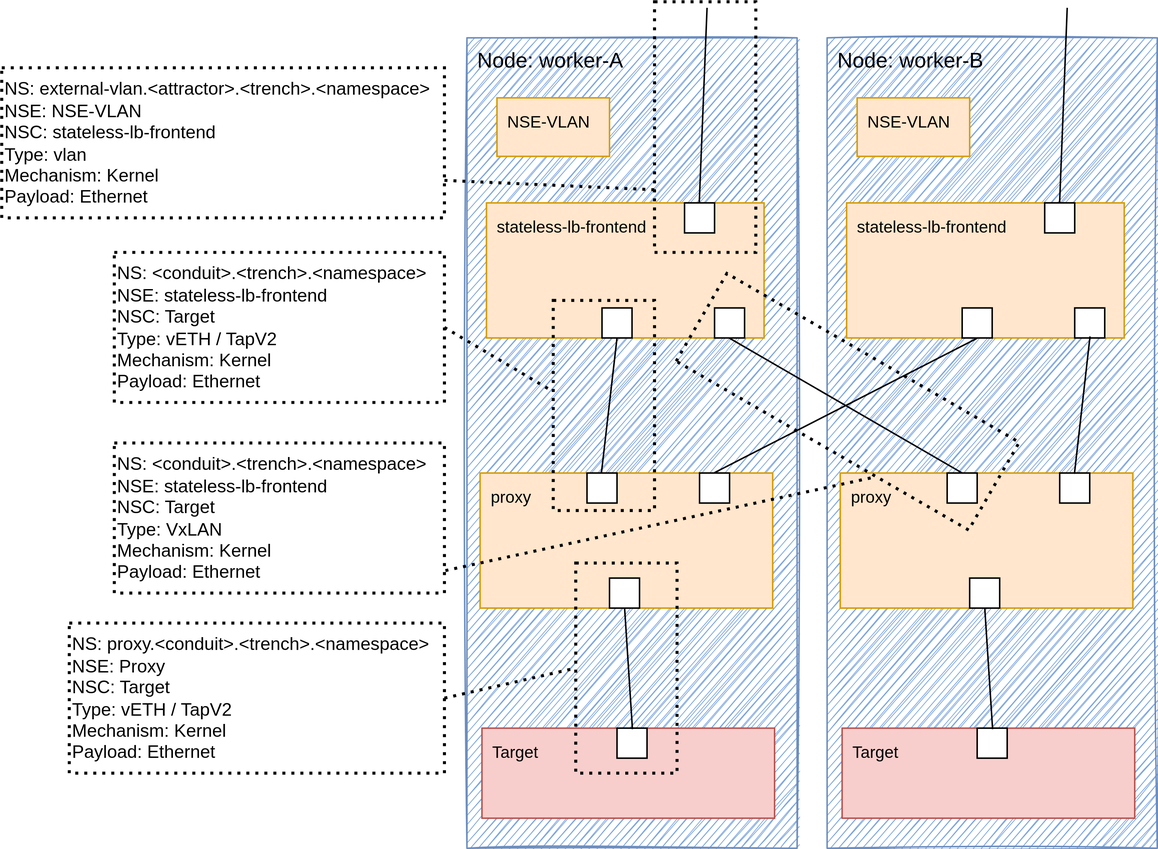
Earlier version of the draw.io export docs/resources/NSM-Perspective.svg (Nordix/Meridio). Source tidied: cells renumbered, new cells last; positions are measured from the earlier drawing's top-left corner, leaving out a move shared by most shapes. The source it was exported from:
```xml
<mxGraphModel>
  <root>
    <mxCell id="0" />
    <mxCell id="1" parent="0" />
    <mxCell id="2" value="Node: worker-A" style="rounded=0;whiteSpace=wrap;html=1;labelBackgroundColor=none;fontSize=14;align=left;strokeColor=#6c8ebf;verticalAlign=top;spacingLeft=5;sketch=1;fillStyle=hachure;fillColor=#7EA6E0;" parent="1" vertex="1">
      <mxGeometry x="310" y="24" width="220" height="540" as="geometry" />
    </mxCell>
    <mxCell id="3" value="&lt;span style=&quot;font-size: 11px;&quot;&gt;Target&lt;/span&gt;" style="rounded=0;whiteSpace=wrap;html=1;labelBackgroundColor=none;fontSize=14;align=left;fillColor=#f8cecc;strokeColor=#b85450;verticalAlign=top;spacingLeft=5;" parent="1" vertex="1">
      <mxGeometry x="320" y="484" width="195" height="60" as="geometry" />
    </mxCell>
    <mxCell id="4" value="&lt;font style=&quot;font-size: 11px&quot;&gt;NSE-VLAN&lt;br&gt;&lt;/font&gt;" style="rounded=0;whiteSpace=wrap;html=1;labelBackgroundColor=none;fontSize=14;align=left;fillColor=#ffe6cc;strokeColor=#d79b00;verticalAlign=top;spacingLeft=5;" parent="1" vertex="1">
      <mxGeometry x="330" y="64" width="75" height="39" as="geometry" />
    </mxCell>
    <mxCell id="5" value="&lt;font style=&quot;font-size: 11px&quot;&gt;stateless-lb-frontend&lt;br&gt;&lt;/font&gt;" style="rounded=0;whiteSpace=wrap;html=1;labelBackgroundColor=none;fontSize=14;align=left;fillColor=#ffe6cc;strokeColor=#d79b00;verticalAlign=top;spacingLeft=5;" parent="1" vertex="1">
      <mxGeometry x="323" y="134" width="185" height="90" as="geometry" />
    </mxCell>
    <mxCell id="6" value="&lt;font style=&quot;font-size: 11px&quot;&gt;proxy&lt;br&gt;&lt;/font&gt;" style="rounded=0;whiteSpace=wrap;html=1;labelBackgroundColor=none;fontSize=14;align=left;fillColor=#ffe6cc;strokeColor=#d79b00;verticalAlign=top;spacingLeft=5;" parent="1" vertex="1">
      <mxGeometry x="318.8" y="314" width="195" height="90" as="geometry" />
    </mxCell>
    <mxCell id="7" style="strokeColor=inherit;fillColor=inherit;gradientColor=inherit;shape=rect;points=[[0,0.5,0]];html=1;align=center;verticalAlign=top;labelPosition=center;verticalLabelPosition=bottom;labelBackgroundColor=none;fontSize=10;paart=1;spacingTop=-5;" parent="1" vertex="1">
      <mxGeometry x="455" y="134" width="20" height="20" as="geometry" />
    </mxCell>
    <mxCell id="8" style="strokeColor=inherit;fillColor=inherit;gradientColor=inherit;shape=rect;points=[[0,0.5,0]];html=1;align=center;verticalAlign=top;labelPosition=center;verticalLabelPosition=bottom;labelBackgroundColor=none;fontSize=10;paart=1;spacingTop=-5;" parent="1" vertex="1">
      <mxGeometry x="400" y="204" width="20" height="20" as="geometry" />
    </mxCell>
    <mxCell id="9" style="strokeColor=inherit;fillColor=inherit;gradientColor=inherit;shape=rect;points=[[0,0.5,0]];html=1;align=center;verticalAlign=top;labelPosition=center;verticalLabelPosition=bottom;labelBackgroundColor=none;fontSize=10;paart=1;spacingTop=-5;" parent="1" vertex="1">
      <mxGeometry x="390" y="314" width="20" height="20" as="geometry" />
    </mxCell>
    <mxCell id="10" style="strokeColor=inherit;fillColor=inherit;gradientColor=inherit;shape=rect;points=[[0,0.5,0]];html=1;align=center;verticalAlign=top;labelPosition=center;verticalLabelPosition=bottom;labelBackgroundColor=none;fontSize=10;paart=1;spacingTop=-5;" parent="1" vertex="1">
      <mxGeometry x="405" y="384" width="20" height="20" as="geometry" />
    </mxCell>
    <mxCell id="11" style="strokeColor=inherit;fillColor=inherit;gradientColor=inherit;shape=rect;points=[[0,0.5,0]];html=1;align=center;verticalAlign=top;labelPosition=center;verticalLabelPosition=bottom;labelBackgroundColor=none;fontSize=10;paart=1;spacingTop=-5;" parent="1" vertex="1">
      <mxGeometry x="465" y="314" width="20" height="20" as="geometry" />
    </mxCell>
    <mxCell id="12" style="strokeColor=inherit;fillColor=inherit;gradientColor=inherit;shape=rect;points=[[0,0.5,0]];html=1;align=center;verticalAlign=top;labelPosition=center;verticalLabelPosition=bottom;labelBackgroundColor=none;fontSize=10;paart=1;spacingTop=-5;" parent="1" vertex="1">
      <mxGeometry x="475" y="204" width="20" height="20" as="geometry" />
    </mxCell>
    <mxCell id="13" style="endArrow=none;html=1;rounded=0;entryX=0.5;entryY=1;entryDx=0;entryDy=0;entryPerimeter=0;exitX=0.479;exitY=0.007;exitDx=0;exitDy=0;exitPerimeter=0;" parent="1" edge="1" source="9" target="8">
      <mxGeometry relative="1" as="geometry" />
    </mxCell>
    <mxCell id="14" style="strokeColor=inherit;fillColor=inherit;gradientColor=inherit;shape=rect;points=[[0,0.5,0]];html=1;align=center;verticalAlign=top;labelPosition=center;verticalLabelPosition=bottom;labelBackgroundColor=none;fontSize=10;paart=1;spacingTop=-5;" parent="1" vertex="1">
      <mxGeometry x="410" y="484" width="20" height="20" as="geometry" />
    </mxCell>
    <mxCell id="15" value="NS: proxy.&amp;lt;conduit&amp;gt;.&amp;lt;trench&amp;gt;.&amp;lt;namespace&amp;gt;&lt;br style=&quot;border-color: var(--border-color);&quot;&gt;NSE: Proxy&lt;br&gt;NSC: Target&lt;br&gt;Type: vETH / TapV2&lt;br&gt;Mechanism: Kernel&lt;br&gt;Payload: Ethernet" style="rounded=0;whiteSpace=wrap;html=1;strokeWidth=2;dashed=1;dashPattern=1 2;align=left;" parent="1" vertex="1">
      <mxGeometry x="45" y="414" width="250" height="100" as="geometry" />
    </mxCell>
    <mxCell id="16" style="rounded=0;whiteSpace=wrap;html=1;strokeWidth=2;dashed=1;dashPattern=1 2;fillColor=none;" parent="1" vertex="1">
      <mxGeometry x="382.5" y="374" width="67.5" height="140" as="geometry" />
    </mxCell>
    <mxCell id="17" style="endArrow=none;html=1;rounded=0;entryX=0.502;entryY=0.986;entryDx=0;entryDy=0;entryPerimeter=0;exitX=0.514;exitY=0.033;exitDx=0;exitDy=0;exitPerimeter=0;" parent="1" edge="1" source="14" target="10">
      <mxGeometry relative="1" as="geometry" />
    </mxCell>
    <mxCell id="18" value="NS: &amp;lt;conduit&amp;gt;.&amp;lt;trench&amp;gt;.&amp;lt;namespace&amp;gt;&lt;br style=&quot;border-color: var(--border-color);&quot;&gt;NSE:&amp;nbsp;stateless-lb-frontend&lt;br&gt;NSC: Target&lt;br&gt;Type: vETH / TapV2&lt;br&gt;Mechanism: Kernel&lt;br&gt;Payload: Ethernet" style="rounded=0;whiteSpace=wrap;html=1;strokeWidth=2;dashed=1;dashPattern=1 2;align=left;" parent="1" vertex="1">
      <mxGeometry x="75" y="167" width="220" height="100" as="geometry" />
    </mxCell>
    <mxCell id="19" style="rounded=0;whiteSpace=wrap;html=1;strokeWidth=2;dashed=1;dashPattern=1 2;fillColor=none;" parent="1" vertex="1">
      <mxGeometry x="367.5" y="199" width="67.5" height="140" as="geometry" />
    </mxCell>
    <mxCell id="20" value="NS: &amp;lt;conduit&amp;gt;.&amp;lt;trench&amp;gt;.&amp;lt;namespace&amp;gt;&lt;br&gt;NSE:&amp;nbsp;stateless-lb-frontend&lt;br&gt;NSC: Target&lt;br&gt;Type: VxLAN&lt;br&gt;Mechanism: Kernel&lt;br&gt;Payload: Ethernet" style="rounded=0;whiteSpace=wrap;html=1;strokeWidth=2;dashed=1;dashPattern=1 2;align=left;" parent="1" vertex="1">
      <mxGeometry x="75" y="294" width="220" height="100" as="geometry" />
    </mxCell>
    <mxCell id="21" value="NS: external-vlan.&lt;span style=&quot;background-color: initial;&quot;&gt;&amp;lt;attractor&amp;gt;.&amp;lt;trench&amp;gt;.&amp;lt;namespace&amp;gt;&lt;/span&gt;&lt;br&gt;NSE: NSE-VLAN&lt;br&gt;NSC: stateless-lb-frontend&lt;br&gt;Type: vlan&lt;br&gt;Mechanism: Kernel&lt;br&gt;Payload: Ethernet" style="rounded=0;whiteSpace=wrap;html=1;strokeWidth=2;dashed=1;dashPattern=1 2;align=left;" parent="1" vertex="1">
      <mxGeometry y="44" width="295" height="100" as="geometry" />
    </mxCell>
    <mxCell id="22" style="rounded=0;whiteSpace=wrap;html=1;strokeWidth=2;dashed=1;dashPattern=1 2;fillColor=none;" parent="1" vertex="1">
      <mxGeometry x="435" width="67.5" height="167" as="geometry" />
    </mxCell>
    <mxCell id="23" style="endArrow=none;html=1;rounded=0;entryX=0.49;entryY=0.01;entryDx=0;entryDy=0;entryPerimeter=0;" parent="1" edge="1" target="7">
      <mxGeometry relative="1" as="geometry">
        <mxPoint x="470" y="4" as="sourcePoint" />
      </mxGeometry>
    </mxCell>
    <mxCell id="24" value="Node: worker-B" style="rounded=0;whiteSpace=wrap;html=1;labelBackgroundColor=none;fontSize=14;align=left;strokeColor=#6c8ebf;verticalAlign=top;spacingLeft=5;sketch=1;fillStyle=hachure;fillColor=#7EA6E0;" parent="1" vertex="1">
      <mxGeometry x="550" y="24" width="220" height="540" as="geometry" />
    </mxCell>
    <mxCell id="25" value="&lt;span style=&quot;font-size: 11px;&quot;&gt;Target&lt;/span&gt;" style="rounded=0;whiteSpace=wrap;html=1;labelBackgroundColor=none;fontSize=14;align=left;fillColor=#f8cecc;strokeColor=#b85450;verticalAlign=top;spacingLeft=5;" parent="1" vertex="1">
      <mxGeometry x="560" y="484" width="195" height="60" as="geometry" />
    </mxCell>
    <mxCell id="26" value="&lt;font style=&quot;font-size: 11px&quot;&gt;NSE-VLAN&lt;br&gt;&lt;/font&gt;" style="rounded=0;whiteSpace=wrap;html=1;labelBackgroundColor=none;fontSize=14;align=left;fillColor=#ffe6cc;strokeColor=#d79b00;verticalAlign=top;spacingLeft=5;" parent="1" vertex="1">
      <mxGeometry x="570" y="64" width="75" height="39" as="geometry" />
    </mxCell>
    <mxCell id="27" value="&lt;font style=&quot;font-size: 11px&quot;&gt;stateless-lb-frontend&lt;br&gt;&lt;/font&gt;" style="rounded=0;whiteSpace=wrap;html=1;labelBackgroundColor=none;fontSize=14;align=left;fillColor=#ffe6cc;strokeColor=#d79b00;verticalAlign=top;spacingLeft=5;" parent="1" vertex="1">
      <mxGeometry x="563" y="134" width="185" height="90" as="geometry" />
    </mxCell>
    <mxCell id="28" value="&lt;font style=&quot;font-size: 11px&quot;&gt;proxy&lt;br&gt;&lt;/font&gt;" style="rounded=0;whiteSpace=wrap;html=1;labelBackgroundColor=none;fontSize=14;align=left;fillColor=#ffe6cc;strokeColor=#d79b00;verticalAlign=top;spacingLeft=5;" parent="1" vertex="1">
      <mxGeometry x="558.8" y="314" width="195" height="90" as="geometry" />
    </mxCell>
    <mxCell id="29" style="strokeColor=inherit;fillColor=inherit;gradientColor=inherit;shape=rect;points=[[0,0.5,0]];html=1;align=center;verticalAlign=top;labelPosition=center;verticalLabelPosition=bottom;labelBackgroundColor=none;fontSize=10;paart=1;spacingTop=-5;" parent="1" vertex="1">
      <mxGeometry x="695" y="134" width="20" height="20" as="geometry" />
    </mxCell>
    <mxCell id="30" style="strokeColor=inherit;fillColor=inherit;gradientColor=inherit;shape=rect;points=[[0,0.5,0]];html=1;align=center;verticalAlign=top;labelPosition=center;verticalLabelPosition=bottom;labelBackgroundColor=none;fontSize=10;paart=1;spacingTop=-5;" parent="1" vertex="1">
      <mxGeometry x="640" y="204" width="20" height="20" as="geometry" />
    </mxCell>
    <mxCell id="31" style="strokeColor=inherit;fillColor=inherit;gradientColor=inherit;shape=rect;points=[[0,0.5,0]];html=1;align=center;verticalAlign=top;labelPosition=center;verticalLabelPosition=bottom;labelBackgroundColor=none;fontSize=10;paart=1;spacingTop=-5;" parent="1" vertex="1">
      <mxGeometry x="630" y="314" width="20" height="20" as="geometry" />
    </mxCell>
    <mxCell id="32" style="strokeColor=inherit;fillColor=inherit;gradientColor=inherit;shape=rect;points=[[0,0.5,0]];html=1;align=center;verticalAlign=top;labelPosition=center;verticalLabelPosition=bottom;labelBackgroundColor=none;fontSize=10;paart=1;spacingTop=-5;" parent="1" vertex="1">
      <mxGeometry x="645" y="384" width="20" height="20" as="geometry" />
    </mxCell>
    <mxCell id="33" style="strokeColor=inherit;fillColor=inherit;gradientColor=inherit;shape=rect;points=[[0,0.5,0]];html=1;align=center;verticalAlign=top;labelPosition=center;verticalLabelPosition=bottom;labelBackgroundColor=none;fontSize=10;paart=1;spacingTop=-5;" parent="1" vertex="1">
      <mxGeometry x="705" y="314" width="20" height="20" as="geometry" />
    </mxCell>
    <mxCell id="34" style="strokeColor=inherit;fillColor=inherit;gradientColor=inherit;shape=rect;points=[[0,0.5,0]];html=1;align=center;verticalAlign=top;labelPosition=center;verticalLabelPosition=bottom;labelBackgroundColor=none;fontSize=10;paart=1;spacingTop=-5;" parent="1" vertex="1">
      <mxGeometry x="715" y="204" width="20" height="20" as="geometry" />
    </mxCell>
    <mxCell id="35" style="endArrow=none;html=1;rounded=0;entryX=0.51;entryY=0.95;entryDx=0;entryDy=0;entryPerimeter=0;exitX=0.49;exitY=0.03;exitDx=0;exitDy=0;exitPerimeter=0;" parent="1" edge="1" source="33" target="34">
      <mxGeometry relative="1" as="geometry" />
    </mxCell>
    <mxCell id="36" style="strokeColor=inherit;fillColor=inherit;gradientColor=inherit;shape=rect;points=[[0,0.5,0]];html=1;align=center;verticalAlign=top;labelPosition=center;verticalLabelPosition=bottom;labelBackgroundColor=none;fontSize=10;paart=1;spacingTop=-5;" parent="1" vertex="1">
      <mxGeometry x="650" y="484" width="20" height="20" as="geometry" />
    </mxCell>
    <mxCell id="37" style="endArrow=none;html=1;rounded=0;entryX=0.502;entryY=0.986;entryDx=0;entryDy=0;entryPerimeter=0;exitX=0.514;exitY=0.033;exitDx=0;exitDy=0;exitPerimeter=0;" parent="1" edge="1" source="36" target="32">
      <mxGeometry relative="1" as="geometry" />
    </mxCell>
    <mxCell id="38" style="endArrow=none;html=1;rounded=0;exitX=0.497;exitY=-0.004;exitDx=0;exitDy=0;exitPerimeter=0;" parent="1" edge="1" source="29">
      <mxGeometry relative="1" as="geometry">
        <mxPoint x="710" y="4" as="targetPoint" />
      </mxGeometry>
    </mxCell>
    <mxCell id="39" style="rounded=0;whiteSpace=wrap;html=1;strokeWidth=2;dashed=1;dashPattern=1 2;fillColor=none;rotation=-60;" parent="1" vertex="1">
      <mxGeometry x="530" y="154" width="67.5" height="225" as="geometry" />
    </mxCell>
    <mxCell id="40" style="endArrow=none;html=1;rounded=0;entryX=0.502;entryY=1.01;entryDx=0;entryDy=0;entryPerimeter=0;exitX=0.511;exitY=0.006;exitDx=0;exitDy=0;exitPerimeter=0;" parent="1" edge="1" source="31" target="12">
      <mxGeometry relative="1" as="geometry" />
    </mxCell>
    <mxCell id="41" style="endArrow=none;html=1;rounded=0;exitX=0.502;exitY=-0.014;exitDx=0;exitDy=0;exitPerimeter=0;entryX=0.5;entryY=1.01;entryDx=0;entryDy=0;entryPerimeter=0;" parent="1" edge="1" source="11" target="30">
      <mxGeometry relative="1" as="geometry" />
    </mxCell>
    <mxCell id="42" style="endArrow=none;dashed=1;html=1;strokeWidth=2;rounded=0;exitX=1;exitY=0.5;exitDx=0;exitDy=0;dashPattern=1 2;entryX=-0.008;entryY=0.432;entryDx=0;entryDy=0;entryPerimeter=0;" parent="1" edge="1" source="18" target="19">
      <mxGeometry relative="1" as="geometry" />
    </mxCell>
    <mxCell id="43" style="endArrow=none;dashed=1;html=1;strokeWidth=2;rounded=0;exitX=1;exitY=0.75;exitDx=0;exitDy=0;dashPattern=1 2;entryX=0;entryY=0.75;entryDx=0;entryDy=0;" parent="1" edge="1" source="21" target="22">
      <mxGeometry relative="1" as="geometry" />
    </mxCell>
    <mxCell id="44" style="endArrow=none;dashed=1;html=1;strokeWidth=2;rounded=0;exitX=1;exitY=0.5;exitDx=0;exitDy=0;dashPattern=1 2;entryX=0;entryY=0.5;entryDx=0;entryDy=0;" parent="1" edge="1" source="15" target="16">
      <mxGeometry relative="1" as="geometry" />
    </mxCell>
    <mxCell id="45" style="endArrow=none;dashed=1;html=1;strokeWidth=2;rounded=0;exitX=1.003;exitY=0.85;exitDx=0;exitDy=0;dashPattern=1 2;entryX=-0.025;entryY=0.676;entryDx=0;entryDy=0;entryPerimeter=0;exitPerimeter=0;" parent="1" edge="1" source="20" target="39">
      <mxGeometry relative="1" as="geometry" />
    </mxCell>
  </root>
</mxGraphModel>
```
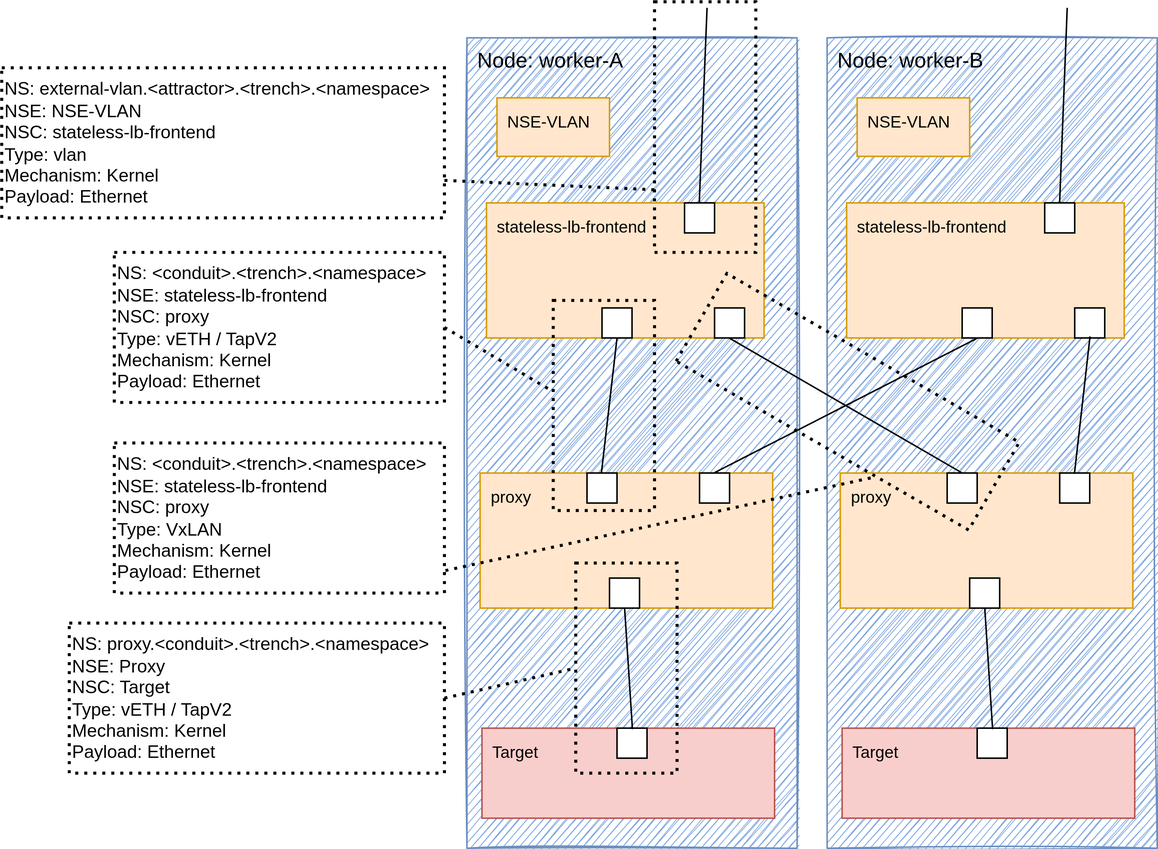
After the change.

The edit, as a diff of the source:
```diff
@@ -50,13 +50,13 @@
     <mxCell id="17" style="endArrow=none;html=1;rounded=0;entryX=0.502;entryY=0.986;entryDx=0;entryDy=0;entryPerimeter=0;exitX=0.514;exitY=0.033;exitDx=0;exitDy=0;exitPerimeter=0;" parent="1" edge="1" source="14" target="10">
       <mxGeometry relative="1" as="geometry" />
     </mxCell>
-    <mxCell id="18" value="NS: &amp;lt;conduit&amp;gt;.&amp;lt;trench&amp;gt;.&amp;lt;namespace&amp;gt;&lt;br style=&quot;border-color: var(--border-color);&quot;&gt;NSE:&amp;nbsp;stateless-lb-frontend&lt;br&gt;NSC: Target&lt;br&gt;Type: vETH / TapV2&lt;br&gt;Mechanism: Kernel&lt;br&gt;Payload: Ethernet" style="rounded=0;whiteSpace=wrap;html=1;strokeWidth=2;dashed=1;dashPattern=1 2;align=left;" parent="1" vertex="1">
+    <mxCell id="18" value="NS: &amp;lt;conduit&amp;gt;.&amp;lt;trench&amp;gt;.&amp;lt;namespace&amp;gt;&lt;br style=&quot;border-color: var(--border-color);&quot;&gt;NSE:&amp;nbsp;stateless-lb-frontend&lt;br&gt;NSC: proxy&lt;br&gt;Type: vETH / TapV2&lt;br&gt;Mechanism: Kernel&lt;br&gt;Payload: Ethernet" style="rounded=0;whiteSpace=wrap;html=1;strokeWidth=2;dashed=1;dashPattern=1 2;align=left;" parent="1" vertex="1">
       <mxGeometry x="75" y="167" width="220" height="100" as="geometry" />
     </mxCell>
     <mxCell id="19" style="rounded=0;whiteSpace=wrap;html=1;strokeWidth=2;dashed=1;dashPattern=1 2;fillColor=none;" parent="1" vertex="1">
       <mxGeometry x="367.5" y="199" width="67.5" height="140" as="geometry" />
     </mxCell>
-    <mxCell id="20" value="NS: &amp;lt;conduit&amp;gt;.&amp;lt;trench&amp;gt;.&amp;lt;namespace&amp;gt;&lt;br&gt;NSE:&amp;nbsp;stateless-lb-frontend&lt;br&gt;NSC: Target&lt;br&gt;Type: VxLAN&lt;br&gt;Mechanism: Kernel&lt;br&gt;Payload: Ethernet" style="rounded=0;whiteSpace=wrap;html=1;strokeWidth=2;dashed=1;dashPattern=1 2;align=left;" parent="1" vertex="1">
+    <mxCell id="20" value="NS: &amp;lt;conduit&amp;gt;.&amp;lt;trench&amp;gt;.&amp;lt;namespace&amp;gt;&lt;br&gt;NSE:&amp;nbsp;stateless-lb-frontend&lt;br&gt;NSC: proxy&lt;br&gt;Type: VxLAN&lt;br&gt;Mechanism: Kernel&lt;br&gt;Payload: Ethernet" style="rounded=0;whiteSpace=wrap;html=1;strokeWidth=2;dashed=1;dashPattern=1 2;align=left;" parent="1" vertex="1">
       <mxGeometry x="75" y="294" width="220" height="100" as="geometry" />
     </mxCell>
     <mxCell id="21" value="NS: external-vlan.&lt;span style=&quot;background-color: initial;&quot;&gt;&amp;lt;attractor&amp;gt;.&amp;lt;trench&amp;gt;.&amp;lt;namespace&amp;gt;&lt;/span&gt;&lt;br&gt;NSE: NSE-VLAN&lt;br&gt;NSC: stateless-lb-frontend&lt;br&gt;Type: vlan&lt;br&gt;Mechanism: Kernel&lt;br&gt;Payload: Ethernet" style="rounded=0;whiteSpace=wrap;html=1;strokeWidth=2;dashed=1;dashPattern=1 2;align=left;" parent="1" vertex="1">
```
